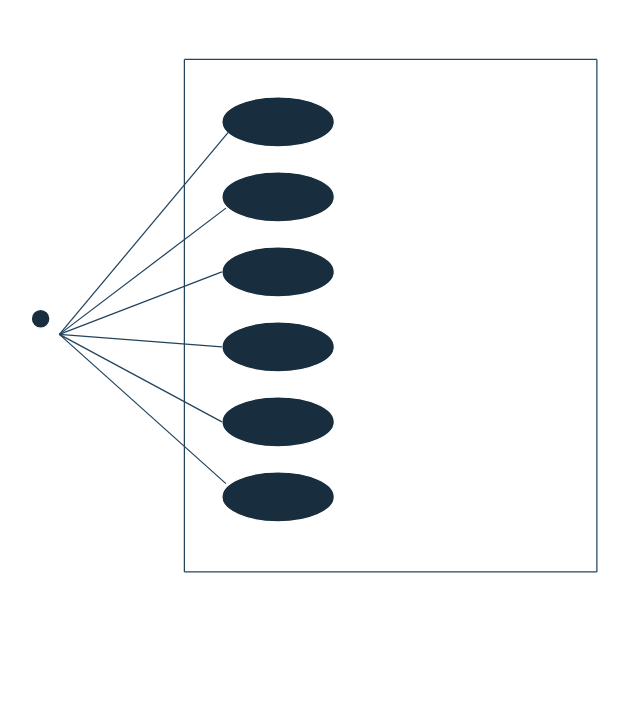
This is Untitled Diagram.drawio from fahadmoon/Software-Engineering-Project, a draw.io file, before an edit. Source tidied: cells renumbered, new cells numbered last; positions are measured from the earlier drawing's top-left corner, leaving out a move shared by most shapes. Both pictures are drawn from the tidied source at 125%, with x=0, y=0 at pixel (21, 59).
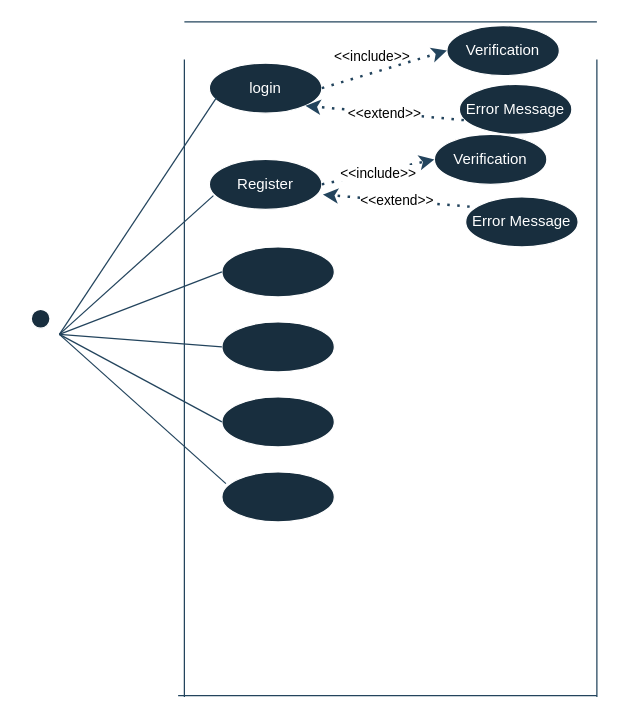
Above is the later version.

Change to the diagram source:
```diff
@@
-    <mxCell id="3" style="ellipse;whiteSpace=wrap;html=1;labelBackgroundColor=none;fillColor=#182E3E;strokeColor=#FFFFFF;fontColor=#FFFFFF;" parent="1" vertex="1">
-      <mxGeometry x="160" y="30" width="90" height="40" as="geometry" />
+    <mxCell id="3" value="login" style="ellipse;labelBackgroundColor=none;fillColor=#182E3E;strokeColor=#FFFFFF;fontColor=#FFFFFF;whiteSpace=wrap;" parent="1" vertex="1">
+      <mxGeometry x="150" y="3" width="90" height="40" as="geometry" />
     </mxCell>
-    <mxCell id="4" style="ellipse;whiteSpace=wrap;html=1;labelBackgroundColor=none;fillColor=#182E3E;strokeColor=#FFFFFF;fontColor=#FFFFFF;" parent="1" vertex="1">
-      <mxGeometry x="160" y="90" width="90" height="40" as="geometry" />
+    <mxCell id="4" value="Register" style="ellipse;whiteSpace=wrap;html=1;labelBackgroundColor=none;fillColor=#182E3E;strokeColor=#FFFFFF;fontColor=#FFFFFF;" parent="1" vertex="1">
+      <mxGeometry x="150" y="80" width="90" height="40" as="geometry" />
     </mxCell>
@@
     <mxCell id="9" style="endArrow=none;html=1;rounded=0;labelBackgroundColor=none;fontColor=default;strokeColor=#23445D;" parent="1" edge="1">
       <mxGeometry relative="1" as="geometry">
-        <mxPoint x="130" y="410" as="sourcePoint" />
+        <mxPoint x="130" y="510" as="sourcePoint" />
         <mxPoint x="130" as="targetPoint" />
       </mxGeometry>
     </mxCell>
     <mxCell id="10" style="endArrow=none;html=1;rounded=0;labelBackgroundColor=none;fontColor=default;strokeColor=#23445D;" parent="1" edge="1">
       <mxGeometry relative="1" as="geometry">
-        <mxPoint x="130" as="sourcePoint" />
-        <mxPoint x="460" as="targetPoint" />
+        <mxPoint x="130" y="-30" as="sourcePoint" />
+        <mxPoint x="460" y="-30" as="targetPoint" />
       </mxGeometry>
     </mxCell>
     <mxCell id="11" style="endArrow=none;html=1;rounded=0;labelBackgroundColor=none;fontColor=default;strokeColor=#23445D;" parent="1" edge="1">
       <mxGeometry relative="1" as="geometry">
-        <mxPoint x="460" y="410" as="sourcePoint" />
+        <mxPoint x="460" y="510" as="sourcePoint" />
         <mxPoint x="460" as="targetPoint" />
       </mxGeometry>
     </mxCell>
     <mxCell id="12" style="endArrow=none;html=1;rounded=0;labelBackgroundColor=none;fontColor=default;strokeColor=#23445D;" parent="1" edge="1">
       <mxGeometry relative="1" as="geometry">
-        <mxPoint x="130" y="410" as="sourcePoint" />
-        <mxPoint x="460" y="410" as="targetPoint" />
+        <mxPoint x="125" y="509" as="sourcePoint" />
+        <mxPoint x="460" y="509" as="targetPoint" />
       </mxGeometry>
     </mxCell>
@@
+    <mxCell id="19" value="Verification" style="ellipse;labelBackgroundColor=none;fillColor=#182E3E;strokeColor=#FFFFFF;fontColor=#FFFFFF;whiteSpace=wrap;" parent="1" vertex="1">
+      <mxGeometry x="340" y="-27" width="90" height="40" as="geometry" />
+    </mxCell>
+    <mxCell id="20" style="endArrow=classic;html=1;rounded=0;dashed=1;dashPattern=1 3;labelBackgroundColor=default;strokeColor=#23445D;strokeWidth=2;fontFamily=Helvetica;fontSize=11;fontColor=default;shape=connector;entryX=0;entryY=0.5;entryDx=0;entryDy=0;exitX=1;exitY=0.5;exitDx=0;exitDy=0;" parent="1" edge="1" source="3" target="19">
+      <mxGeometry relative="1" as="geometry" />
+    </mxCell>
+    <mxCell id="21" value="Error Message" style="ellipse;labelBackgroundColor=none;fillColor=#182E3E;strokeColor=#FFFFFF;fontColor=#FFFFFF;whiteSpace=wrap;" parent="1" vertex="1">
+      <mxGeometry x="350" y="20" width="90" height="40" as="geometry" />
+    </mxCell>
+    <mxCell id="22" style="endArrow=classic;html=1;rounded=0;dashed=1;dashPattern=1 3;labelBackgroundColor=default;strokeColor=#23445D;strokeWidth=2;fontFamily=Helvetica;fontSize=11;fontColor=default;shape=connector;exitX=0.04;exitY=0.715;exitDx=0;exitDy=0;exitPerimeter=0;entryX=1;entryY=1;entryDx=0;entryDy=0;" parent="1" edge="1" source="21" target="3">
+      <mxGeometry relative="1" as="geometry" />
+    </mxCell>
+    <mxCell id="23" value="&amp;lt;&amp;lt;extend&amp;gt;&amp;gt;" style="edgeLabel;html=1;align=center;verticalAlign=middle;strokeColor=#FFFFFF;fontFamily=Helvetica;fontSize=11;fontColor=default;fillColor=#182E3E;" parent="22" vertex="1">
+      <mxGeometry relative="1" as="geometry" />
+    </mxCell>
+    <mxCell id="24" value="&amp;lt;&amp;lt;include&amp;gt;&amp;gt;" style="text;html=1;align=center;verticalAlign=middle;strokeColor=none;fillColor=none;fontSize=11;fontFamily=Helvetica;fontColor=default;rotation=0;" parent="1" vertex="1">
+      <mxGeometry x="240" y="-17" width="80" height="30" as="geometry" />
+    </mxCell>
+    <mxCell id="25" value="Error Message" style="ellipse;labelBackgroundColor=none;fillColor=#182E3E;strokeColor=#FFFFFF;fontColor=#FFFFFF;whiteSpace=wrap;" parent="1" vertex="1">
+      <mxGeometry x="355" y="110" width="90" height="40" as="geometry" />
+    </mxCell>
+    <mxCell id="26" style="endArrow=classic;html=1;rounded=0;dashed=1;dashPattern=1 3;labelBackgroundColor=default;strokeColor=#23445D;strokeWidth=2;fontFamily=Helvetica;fontSize=11;fontColor=default;shape=connector;exitX=0.036;exitY=0.195;exitDx=0;exitDy=0;exitPerimeter=0;entryX=1.009;entryY=0.705;entryDx=0;entryDy=0;entryPerimeter=0;" parent="1" edge="1" source="25" target="4">
+      <mxGeometry relative="1" as="geometry" />
+    </mxCell>
+    <mxCell id="27" value="&amp;lt;&amp;lt;extend&amp;gt;&amp;gt;" style="edgeLabel;html=1;align=center;verticalAlign=middle;strokeColor=#FFFFFF;fontFamily=Helvetica;fontSize=11;fontColor=default;fillColor=#182E3E;" parent="26" vertex="1">
+      <mxGeometry relative="1" as="geometry" />
+    </mxCell>
+    <mxCell id="28" value="Verification" style="ellipse;labelBackgroundColor=none;fillColor=#182E3E;strokeColor=#FFFFFF;fontColor=#FFFFFF;whiteSpace=wrap;" parent="1" vertex="1">
+      <mxGeometry x="330" y="60" width="90" height="40" as="geometry" />
+    </mxCell>
+    <mxCell id="29" style="endArrow=classic;html=1;rounded=0;dashed=1;dashPattern=1 3;labelBackgroundColor=default;strokeColor=#23445D;strokeWidth=2;fontFamily=Helvetica;fontSize=11;fontColor=default;shape=connector;entryX=0;entryY=0.5;entryDx=0;entryDy=0;exitX=1;exitY=0.5;exitDx=0;exitDy=0;" parent="1" edge="1" source="4" target="28">
+      <mxGeometry relative="1" as="geometry" />
+    </mxCell>
+    <mxCell id="30" value="&amp;lt;&amp;lt;include&amp;gt;&amp;gt;" style="edgeLabel;html=1;align=center;verticalAlign=middle;strokeColor=#FFFFFF;fontFamily=Helvetica;fontSize=11;fontColor=default;fillColor=#182E3E;" parent="29" vertex="1">
+      <mxGeometry relative="1" as="geometry" />
+    </mxCell>
```
